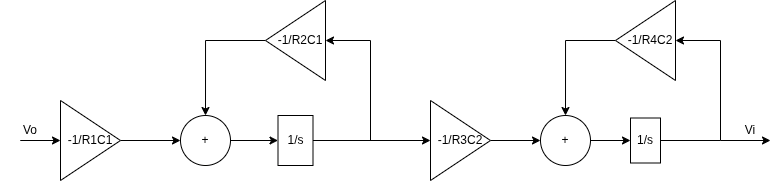
Earlier version of the draw.io export Lab5/Otros/Diagramas1.png (simplementeUnPorito/auto). Source tidied: cells renumbered, new cells last; positions are measured from the earlier drawing's top-left corner, leaving out a move shared by most shapes.
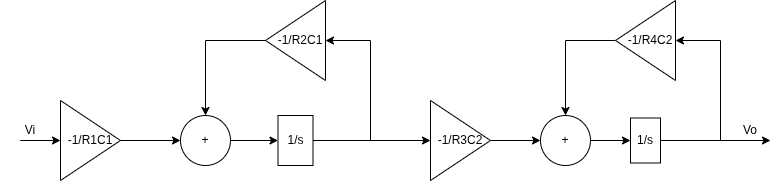
The same file after the commit.

Diff of the diagram source:
```diff
@@ -79,10 +79,10 @@
         <mxPoint x="770" y="150" as="targetPoint" />
       </mxGeometry>
     </mxCell>
-    <mxCell id="21" value="Vo" style="text;html=1;whiteSpace=wrap;strokeColor=none;fillColor=none;align=center;verticalAlign=middle;rounded=0;" parent="1" vertex="1">
+    <mxCell id="21" value="Vi" style="text;html=1;whiteSpace=wrap;strokeColor=none;fillColor=none;align=center;verticalAlign=middle;rounded=0;" parent="1" vertex="1">
       <mxGeometry y="125" width="60" height="30" as="geometry" />
     </mxCell>
-    <mxCell id="22" value="Vi" style="text;html=1;whiteSpace=wrap;strokeColor=none;fillColor=none;align=center;verticalAlign=middle;rounded=0;" parent="1" vertex="1">
+    <mxCell id="22" value="Vo" style="text;html=1;whiteSpace=wrap;strokeColor=none;fillColor=none;align=center;verticalAlign=middle;rounded=0;" parent="1" vertex="1">
       <mxGeometry x="720" y="125" width="60" height="30" as="geometry" />
     </mxCell>
     <mxCell id="23" value="-1/R2C1" style="text;html=1;whiteSpace=wrap;strokeColor=none;fillColor=none;align=center;verticalAlign=middle;rounded=0;" parent="1" vertex="1">
```
